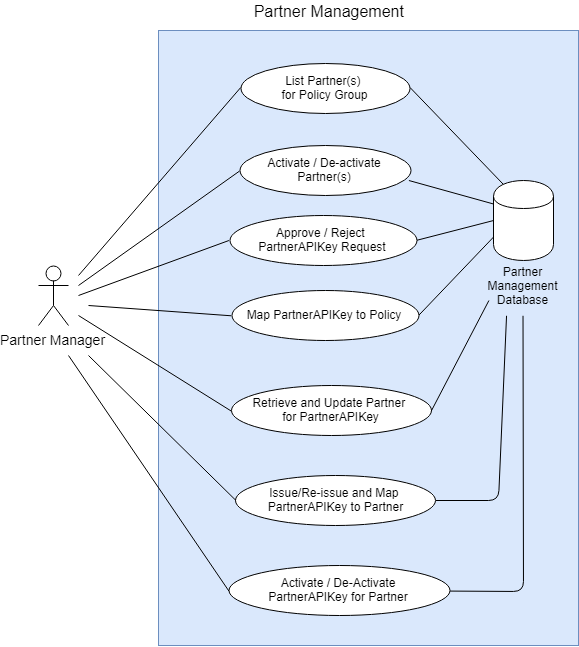
Earlier version of the draw.io export _images/arch_diagrams/PartnerManagement_PartnerManager.png (ssenmosip/mosip-temp-documentation). Source tidied: cells renumbered, new cells last; positions are measured from the earlier drawing's top-left corner, leaving out a move shared by most shapes. The source it was exported from:
```xml
<mxGraphModel>
  <root>
    <mxCell id="0" />
    <mxCell id="1" parent="0" />
    <mxCell id="2" value="Partner Manager" style="shape=umlActor;verticalLabelPosition=bottom;labelBackgroundColor=#ffffff;verticalAlign=top;html=1;fontSize=14;" parent="1" vertex="1">
      <mxGeometry y="265" width="30" height="60" as="geometry" />
    </mxCell>
    <mxCell id="3" style="rounded=0;whiteSpace=wrap;html=1;fontSize=16;fillColor=#dae8fc;strokeColor=#6c8ebf;" parent="1" vertex="1">
      <mxGeometry x="120" y="30" width="420" height="615" as="geometry" />
    </mxCell>
    <mxCell id="4" value="Partner Management&amp;nbsp;" style="text;html=1;strokeColor=none;fillColor=none;align=center;verticalAlign=middle;whiteSpace=wrap;rounded=0;fontSize=16;" parent="1" vertex="1">
      <mxGeometry x="199" width="186" height="20" as="geometry" />
    </mxCell>
    <mxCell id="5" style="endArrow=none;html=1;entryX=0;entryY=0.5;entryDx=0;entryDy=0;" parent="1" edge="1" target="18">
      <mxGeometry relative="1" as="geometry">
        <mxPoint x="40" y="275" as="sourcePoint" />
      </mxGeometry>
    </mxCell>
    <mxCell id="6" style="endArrow=none;html=1;entryX=0;entryY=0.5;entryDx=0;entryDy=0;" parent="1" edge="1" target="19">
      <mxGeometry relative="1" as="geometry">
        <mxPoint x="40" y="285" as="sourcePoint" />
      </mxGeometry>
    </mxCell>
    <mxCell id="7" style="endArrow=none;html=1;entryX=0;entryY=0.5;entryDx=0;entryDy=0;" parent="1" edge="1" target="20">
      <mxGeometry relative="1" as="geometry">
        <mxPoint x="40" y="295" as="sourcePoint" />
      </mxGeometry>
    </mxCell>
    <mxCell id="8" style="endArrow=none;html=1;entryX=0;entryY=0.5;entryDx=0;entryDy=0;" parent="1" edge="1" target="22">
      <mxGeometry relative="1" as="geometry">
        <mxPoint x="50" y="305" as="sourcePoint" />
      </mxGeometry>
    </mxCell>
    <mxCell id="9" style="shape=cylinder;whiteSpace=wrap;html=1;boundedLbl=1;backgroundOutline=1;" parent="1" vertex="1">
      <mxGeometry x="455" y="180" width="60" height="80" as="geometry" />
    </mxCell>
    <mxCell id="10" value="Partner Management Database" style="text;html=1;strokeColor=none;fillColor=none;align=center;verticalAlign=middle;whiteSpace=wrap;rounded=0;" parent="1" vertex="1">
      <mxGeometry x="450" y="255" width="70" height="60" as="geometry" />
    </mxCell>
    <mxCell id="11" style="endArrow=none;html=1;exitX=1;exitY=0.5;exitDx=0;exitDy=0;entryX=0.15;entryY=0.05;entryDx=0;entryDy=0;entryPerimeter=0;" parent="1" edge="1" source="18" target="9">
      <mxGeometry relative="1" as="geometry" />
    </mxCell>
    <mxCell id="12" style="endArrow=none;html=1;exitX=1;exitY=0.5;exitDx=0;exitDy=0;entryX=0;entryY=0.3;entryDx=0;entryDy=0;" parent="1" edge="1" target="9">
      <mxGeometry relative="1" as="geometry">
        <mxPoint x="370.4" y="180" as="sourcePoint" />
      </mxGeometry>
    </mxCell>
    <mxCell id="13" style="endArrow=none;html=1;exitX=1;exitY=0.5;exitDx=0;exitDy=0;entryX=0;entryY=0.5;entryDx=0;entryDy=0;" parent="1" edge="1" source="20" target="9">
      <mxGeometry relative="1" as="geometry" />
    </mxCell>
    <mxCell id="14" style="endArrow=none;html=1;exitX=1;exitY=0.5;exitDx=0;exitDy=0;entryX=0;entryY=0.7;entryDx=0;entryDy=0;" parent="1" edge="1" source="22" target="9">
      <mxGeometry relative="1" as="geometry" />
    </mxCell>
    <mxCell id="15" value="Activate / De-Activate&lt;br&gt;PartnerAPIKey for Partner" style="ellipse;whiteSpace=wrap;html=1;" parent="1" vertex="1">
      <mxGeometry x="190" y="565" width="221" height="50" as="geometry" />
    </mxCell>
    <mxCell id="16" style="endArrow=none;html=1;entryX=0;entryY=0.5;entryDx=0;entryDy=0;" parent="1" edge="1" target="15">
      <mxGeometry relative="1" as="geometry">
        <mxPoint x="30" y="355" as="sourcePoint" />
      </mxGeometry>
    </mxCell>
    <mxCell id="17" style="endArrow=none;html=1;entryX=0.5;entryY=1;entryDx=0;entryDy=0;exitX=1;exitY=0.5;exitDx=0;exitDy=0;" parent="1" edge="1" source="15" target="10">
      <mxGeometry relative="1" as="geometry">
        <Array as="points">
          <mxPoint x="485" y="591" />
        </Array>
      </mxGeometry>
    </mxCell>
    <mxCell id="18" value="List Partner(s) &lt;br&gt;for Policy Group" style="ellipse;whiteSpace=wrap;html=1;" parent="1" vertex="1">
      <mxGeometry x="202" y="62.5" width="169" height="50" as="geometry" />
    </mxCell>
    <mxCell id="19" value="Activate / De-activate Partner(s)" style="ellipse;whiteSpace=wrap;html=1;" parent="1" vertex="1">
      <mxGeometry x="201" y="145" width="171" height="50" as="geometry" />
    </mxCell>
    <mxCell id="20" value="Approve / Reject &lt;br&gt;PartnerAPIKey Request" style="ellipse;whiteSpace=wrap;html=1;" parent="1" vertex="1">
      <mxGeometry x="191" y="215" width="187" height="50" as="geometry" />
    </mxCell>
    <mxCell id="21" value="Issue/Re-issue and Map &lt;br&gt;PartnerAPIKey to Partner" style="ellipse;whiteSpace=wrap;html=1;" parent="1" vertex="1">
      <mxGeometry x="197" y="475" width="200" height="50" as="geometry" />
    </mxCell>
    <mxCell id="22" value="Map PartnerAPIKey to Policy" style="ellipse;whiteSpace=wrap;html=1;" parent="1" vertex="1">
      <mxGeometry x="193" y="290" width="187" height="50" as="geometry" />
    </mxCell>
    <mxCell id="23" value="Retrieve and Update Partner &lt;br&gt;for PartnerAPIKey" style="ellipse;whiteSpace=wrap;html=1;" parent="1" vertex="1">
      <mxGeometry x="193" y="385" width="200" height="50" as="geometry" />
    </mxCell>
    <mxCell id="24" style="endArrow=none;html=1;entryX=0;entryY=0.5;entryDx=0;entryDy=0;" parent="1" edge="1" target="23">
      <mxGeometry relative="1" as="geometry">
        <mxPoint x="40" y="315" as="sourcePoint" />
      </mxGeometry>
    </mxCell>
    <mxCell id="25" style="endArrow=none;html=1;entryX=0;entryY=0.75;entryDx=0;entryDy=0;exitX=1;exitY=0.5;exitDx=0;exitDy=0;" parent="1" edge="1" source="23" target="10">
      <mxGeometry relative="1" as="geometry" />
    </mxCell>
    <mxCell id="26" style="endArrow=none;html=1;fontSize=14;entryX=0;entryY=0.5;entryDx=0;entryDy=0;" parent="1" edge="1" target="21">
      <mxGeometry relative="1" as="geometry">
        <mxPoint x="50" y="355" as="sourcePoint" />
      </mxGeometry>
    </mxCell>
    <mxCell id="27" style="endArrow=none;html=1;fontSize=14;entryX=0.25;entryY=1;entryDx=0;entryDy=0;exitX=1;exitY=0.5;exitDx=0;exitDy=0;" parent="1" edge="1" source="21" target="10">
      <mxGeometry relative="1" as="geometry">
        <Array as="points">
          <mxPoint x="460" y="500" />
        </Array>
      </mxGeometry>
    </mxCell>
  </root>
</mxGraphModel>
```
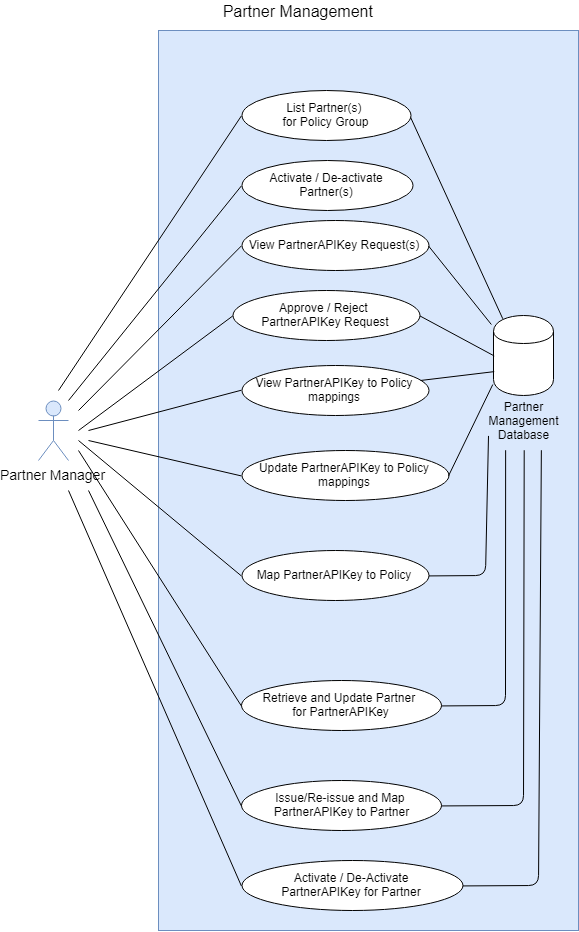
The same diagram one commit later.

Commit message:
Partner Management - High Level Requirements - Updates

What changed in the source:
```diff
@@ -2,23 +2,23 @@
   <root>
     <mxCell id="0" />
     <mxCell id="1" parent="0" />
-    <mxCell id="2" value="Partner Manager" style="shape=umlActor;verticalLabelPosition=bottom;labelBackgroundColor=#ffffff;verticalAlign=top;html=1;fontSize=14;" parent="1" vertex="1">
+    <mxCell id="2" value="Partner Manager" style="shape=umlActor;verticalLabelPosition=bottom;labelBackgroundColor=#ffffff;verticalAlign=top;html=1;fontSize=14;fillColor=#dae8fc;strokeColor=#6c8ebf;" parent="1" vertex="1">
       <mxGeometry y="265" width="30" height="60" as="geometry" />
     </mxCell>
     <mxCell id="3" style="rounded=0;whiteSpace=wrap;html=1;fontSize=16;fillColor=#dae8fc;strokeColor=#6c8ebf;" parent="1" vertex="1">
-      <mxGeometry x="120" y="30" width="420" height="615" as="geometry" />
+      <mxGeometry x="120" y="-105" width="420" height="900" as="geometry" />
     </mxCell>
     <mxCell id="4" value="Partner Management&amp;nbsp;" style="text;html=1;strokeColor=none;fillColor=none;align=center;verticalAlign=middle;whiteSpace=wrap;rounded=0;fontSize=16;" parent="1" vertex="1">
-      <mxGeometry x="199" width="186" height="20" as="geometry" />
+      <mxGeometry x="168.5" y="-135" width="186" height="20" as="geometry" />
     </mxCell>
     <mxCell id="5" style="endArrow=none;html=1;entryX=0;entryY=0.5;entryDx=0;entryDy=0;" parent="1" edge="1" target="18">
       <mxGeometry relative="1" as="geometry">
-        <mxPoint x="40" y="275" as="sourcePoint" />
+        <mxPoint x="20" y="255" as="sourcePoint" />
       </mxGeometry>
     </mxCell>
     <mxCell id="6" style="endArrow=none;html=1;entryX=0;entryY=0.5;entryDx=0;entryDy=0;" parent="1" edge="1" target="19">
       <mxGeometry relative="1" as="geometry">
-        <mxPoint x="40" y="285" as="sourcePoint" />
+        <mxPoint x="30" y="265" as="sourcePoint" />
       </mxGeometry>
     </mxCell>
     <mxCell id="7" style="endArrow=none;html=1;entryX=0;entryY=0.5;entryDx=0;entryDy=0;" parent="1" edge="1" target="20">
@@ -28,7 +28,7 @@
     </mxCell>
     <mxCell id="8" style="endArrow=none;html=1;entryX=0;entryY=0.5;entryDx=0;entryDy=0;" parent="1" edge="1" target="22">
       <mxGeometry relative="1" as="geometry">
-        <mxPoint x="50" y="305" as="sourcePoint" />
+        <mxPoint x="40" y="305" as="sourcePoint" />
       </mxGeometry>
     </mxCell>
     <mxCell id="9" style="shape=cylinder;whiteSpace=wrap;html=1;boundedLbl=1;backgroundOutline=1;" parent="1" vertex="1">
@@ -40,69 +40,105 @@
     <mxCell id="11" style="endArrow=none;html=1;exitX=1;exitY=0.5;exitDx=0;exitDy=0;entryX=0.15;entryY=0.05;entryDx=0;entryDy=0;entryPerimeter=0;" parent="1" edge="1" source="18" target="9">
       <mxGeometry relative="1" as="geometry" />
     </mxCell>
-    <mxCell id="12" style="endArrow=none;html=1;exitX=1;exitY=0.5;exitDx=0;exitDy=0;entryX=0;entryY=0.3;entryDx=0;entryDy=0;" parent="1" edge="1" target="9">
-      <mxGeometry relative="1" as="geometry">
-        <mxPoint x="370.4" y="180" as="sourcePoint" />
-      </mxGeometry>
-    </mxCell>
     <mxCell id="13" style="endArrow=none;html=1;exitX=1;exitY=0.5;exitDx=0;exitDy=0;entryX=0;entryY=0.5;entryDx=0;entryDy=0;" parent="1" edge="1" source="20" target="9">
       <mxGeometry relative="1" as="geometry" />
     </mxCell>
-    <mxCell id="14" style="endArrow=none;html=1;exitX=1;exitY=0.5;exitDx=0;exitDy=0;entryX=0;entryY=0.7;entryDx=0;entryDy=0;" parent="1" edge="1" source="22" target="9">
-      <mxGeometry relative="1" as="geometry" />
+    <mxCell id="14" style="endArrow=none;html=1;exitX=1;exitY=0.5;exitDx=0;exitDy=0;entryX=0;entryY=0.75;entryDx=0;entryDy=0;" parent="1" edge="1" source="22" target="10">
+      <mxGeometry relative="1" as="geometry">
+        <Array as="points">
+          <mxPoint x="447" y="440" />
+        </Array>
+      </mxGeometry>
     </mxCell>
     <mxCell id="15" value="Activate / De-Activate&lt;br&gt;PartnerAPIKey for Partner" style="ellipse;whiteSpace=wrap;html=1;" parent="1" vertex="1">
-      <mxGeometry x="190" y="565" width="221" height="50" as="geometry" />
+      <mxGeometry x="203" y="725" width="221" height="50" as="geometry" />
     </mxCell>
     <mxCell id="16" style="endArrow=none;html=1;entryX=0;entryY=0.5;entryDx=0;entryDy=0;" parent="1" edge="1" target="15">
       <mxGeometry relative="1" as="geometry">
         <mxPoint x="30" y="355" as="sourcePoint" />
       </mxGeometry>
     </mxCell>
-    <mxCell id="17" style="endArrow=none;html=1;entryX=0.5;entryY=1;entryDx=0;entryDy=0;exitX=1;exitY=0.5;exitDx=0;exitDy=0;" parent="1" edge="1" source="15" target="10">
+    <mxCell id="17" style="endArrow=none;html=1;entryX=0.75;entryY=1;entryDx=0;entryDy=0;exitX=1;exitY=0.5;exitDx=0;exitDy=0;" parent="1" edge="1" source="15" target="10">
       <mxGeometry relative="1" as="geometry">
         <Array as="points">
-          <mxPoint x="485" y="591" />
+          <mxPoint x="500" y="750" />
         </Array>
       </mxGeometry>
     </mxCell>
     <mxCell id="18" value="List Partner(s) &lt;br&gt;for Policy Group" style="ellipse;whiteSpace=wrap;html=1;" parent="1" vertex="1">
-      <mxGeometry x="202" y="62.5" width="169" height="50" as="geometry" />
+      <mxGeometry x="203" y="-45" width="169" height="50" as="geometry" />
     </mxCell>
     <mxCell id="19" value="Activate / De-activate Partner(s)" style="ellipse;whiteSpace=wrap;html=1;" parent="1" vertex="1">
-      <mxGeometry x="201" y="145" width="171" height="50" as="geometry" />
+      <mxGeometry x="203" y="25" width="171" height="50" as="geometry" />
     </mxCell>
     <mxCell id="20" value="Approve / Reject &lt;br&gt;PartnerAPIKey Request" style="ellipse;whiteSpace=wrap;html=1;" parent="1" vertex="1">
-      <mxGeometry x="191" y="215" width="187" height="50" as="geometry" />
+      <mxGeometry x="194" y="155" width="187" height="50" as="geometry" />
     </mxCell>
     <mxCell id="21" value="Issue/Re-issue and Map &lt;br&gt;PartnerAPIKey to Partner" style="ellipse;whiteSpace=wrap;html=1;" parent="1" vertex="1">
-      <mxGeometry x="197" y="475" width="200" height="50" as="geometry" />
+      <mxGeometry x="203" y="645" width="200" height="50" as="geometry" />
     </mxCell>
     <mxCell id="22" value="Map PartnerAPIKey to Policy" style="ellipse;whiteSpace=wrap;html=1;" parent="1" vertex="1">
-      <mxGeometry x="193" y="290" width="187" height="50" as="geometry" />
+      <mxGeometry x="203" y="415" width="187" height="50" as="geometry" />
     </mxCell>
     <mxCell id="23" value="Retrieve and Update Partner &lt;br&gt;for PartnerAPIKey" style="ellipse;whiteSpace=wrap;html=1;" parent="1" vertex="1">
-      <mxGeometry x="193" y="385" width="200" height="50" as="geometry" />
+      <mxGeometry x="203" y="545" width="200" height="50" as="geometry" />
     </mxCell>
     <mxCell id="24" style="endArrow=none;html=1;entryX=0;entryY=0.5;entryDx=0;entryDy=0;" parent="1" edge="1" target="23">
       <mxGeometry relative="1" as="geometry">
         <mxPoint x="40" y="315" as="sourcePoint" />
       </mxGeometry>
     </mxCell>
-    <mxCell id="25" style="endArrow=none;html=1;entryX=0;entryY=0.75;entryDx=0;entryDy=0;exitX=1;exitY=0.5;exitDx=0;exitDy=0;" parent="1" edge="1" source="23" target="10">
-      <mxGeometry relative="1" as="geometry" />
+    <mxCell id="25" style="endArrow=none;html=1;entryX=0.25;entryY=1;entryDx=0;entryDy=0;exitX=1;exitY=0.5;exitDx=0;exitDy=0;" parent="1" edge="1" source="23" target="10">
+      <mxGeometry relative="1" as="geometry">
+        <Array as="points">
+          <mxPoint x="467" y="570" />
+        </Array>
+      </mxGeometry>
     </mxCell>
     <mxCell id="26" style="endArrow=none;html=1;fontSize=14;entryX=0;entryY=0.5;entryDx=0;entryDy=0;" parent="1" edge="1" target="21">
       <mxGeometry relative="1" as="geometry">
         <mxPoint x="50" y="355" as="sourcePoint" />
       </mxGeometry>
     </mxCell>
-    <mxCell id="27" style="endArrow=none;html=1;fontSize=14;entryX=0.25;entryY=1;entryDx=0;entryDy=0;exitX=1;exitY=0.5;exitDx=0;exitDy=0;" parent="1" edge="1" source="21" target="10">
+    <mxCell id="27" style="endArrow=none;html=1;fontSize=14;entryX=0.5;entryY=1;entryDx=0;entryDy=0;exitX=1;exitY=0.5;exitDx=0;exitDy=0;" parent="1" edge="1" source="21" target="10">
       <mxGeometry relative="1" as="geometry">
         <Array as="points">
-          <mxPoint x="460" y="500" />
+          <mxPoint x="485" y="670" />
         </Array>
       </mxGeometry>
     </mxCell>
+    <mxCell id="28" value="View PartnerAPIKey Request(s)" style="ellipse;whiteSpace=wrap;html=1;" parent="1" vertex="1">
+      <mxGeometry x="203" y="85" width="187" height="50" as="geometry" />
+    </mxCell>
+    <mxCell id="29" value="View PartnerAPIKey to Policy mappings" style="ellipse;whiteSpace=wrap;html=1;" parent="1" vertex="1">
+      <mxGeometry x="203" y="230" width="187" height="50" as="geometry" />
+    </mxCell>
+    <mxCell id="30" value="Update PartnerAPIKey to Policy mappings" style="ellipse;whiteSpace=wrap;html=1;" parent="1" vertex="1">
+      <mxGeometry x="203" y="315" width="207" height="50" as="geometry" />
+    </mxCell>
+    <mxCell id="31" style="endArrow=none;html=1;entryX=0;entryY=0.5;entryDx=0;entryDy=0;" parent="1" edge="1" target="29">
+      <mxGeometry relative="1" as="geometry">
+        <mxPoint x="50" y="295" as="sourcePoint" />
+      </mxGeometry>
+    </mxCell>
+    <mxCell id="32" style="endArrow=none;html=1;entryX=0;entryY=0.7;entryDx=0;entryDy=0;" parent="1" edge="1" source="29" target="9">
+      <mxGeometry relative="1" as="geometry" />
+    </mxCell>
+    <mxCell id="33" style="endArrow=none;html=1;entryX=0;entryY=0.5;entryDx=0;entryDy=0;" parent="1" edge="1" target="30">
+      <mxGeometry relative="1" as="geometry">
+        <mxPoint x="50" y="305" as="sourcePoint" />
+      </mxGeometry>
+    </mxCell>
+    <mxCell id="34" style="endArrow=none;html=1;entryX=-0.015;entryY=0.865;entryDx=0;entryDy=0;entryPerimeter=0;exitX=1;exitY=0.5;exitDx=0;exitDy=0;" parent="1" edge="1" source="30" target="9">
+      <mxGeometry relative="1" as="geometry" />
+    </mxCell>
+    <mxCell id="35" style="endArrow=none;html=1;entryX=0;entryY=0.5;entryDx=0;entryDy=0;" parent="1" edge="1" target="28">
+      <mxGeometry relative="1" as="geometry">
+        <mxPoint x="40" y="275" as="sourcePoint" />
+      </mxGeometry>
+    </mxCell>
+    <mxCell id="36" style="endArrow=none;html=1;entryX=-0.039;entryY=0.117;entryDx=0;entryDy=0;entryPerimeter=0;exitX=1;exitY=0.5;exitDx=0;exitDy=0;" parent="1" edge="1" source="28" target="9">
+      <mxGeometry relative="1" as="geometry" />
+    </mxCell>
   </root>
 </mxGraphModel>
```
